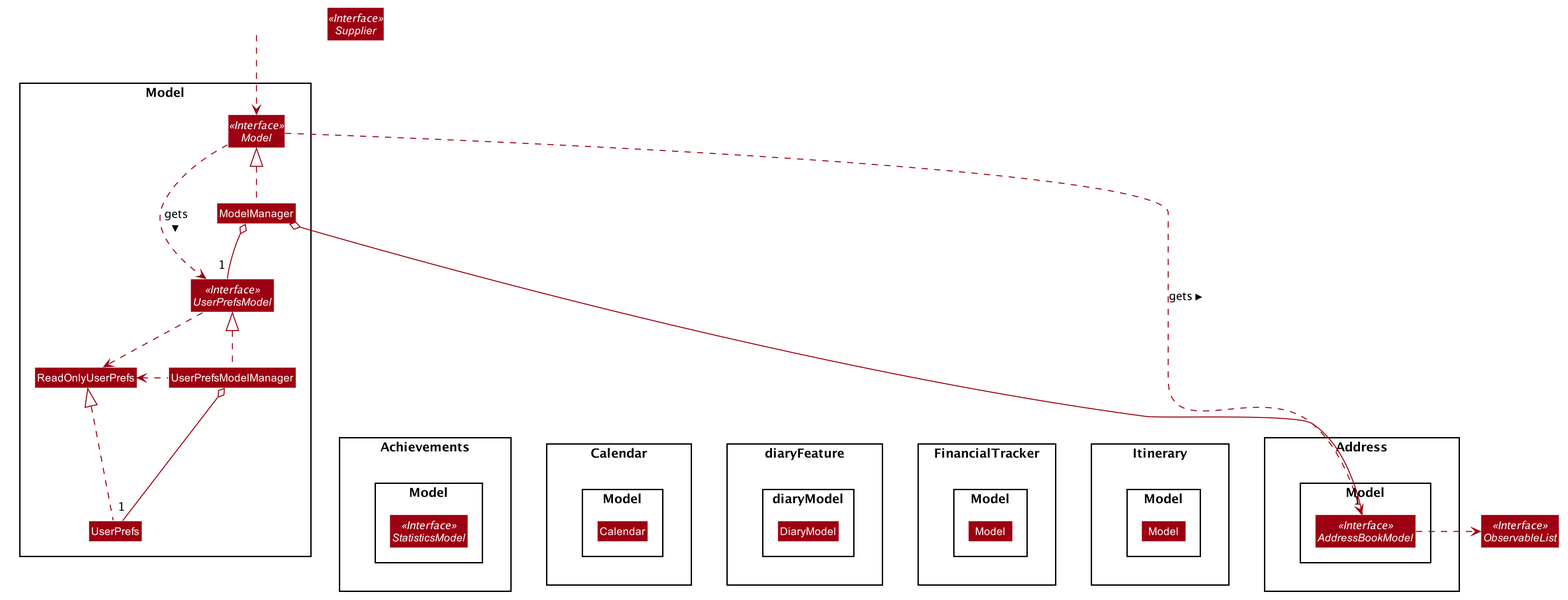
nus-cs2103-AY1920S1/addressbook-level3 keeps this PlantUML diagram as docs/images/BetterModelClassDiagram.png. Above is the earlier version.
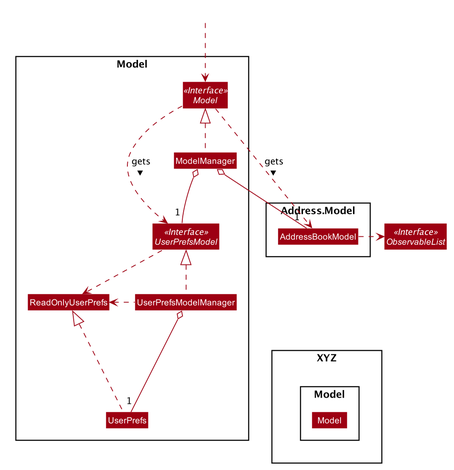
The same diagram one commit later.

Change to the diagram source:
```diff
@@ -63,49 +63,15 @@
 Class UserPrefs
 }
 
-namespace Achievements {
+namespace XYZ {
 namespace Model {
-Interface StatisticsModel <<Interface>>
-}
-}
-
-namespace Address {
-namespace Model {
-Interface AddressBookModel <<Interface>>
-}
-}
-
-namespace Calendar {
-namespace Model {
-Class Calendar
-}
-}
-
-namespace diaryFeature {
-namespace diaryModel {
-Class DiaryModel
-}
-}
-
-namespace FinancialTracker {
-namespace Model {
-class Model
-}
-}
-
-namespace Itinerary {
-namespace Model {
-class Model
+Class Model
 }
 }
 
 HiddenOutside ..> Model.Model
 
 Interface ObservableList <<Interface>>
-Interface Supplier <<Interface>>
-Model.UserPrefsModelManager .[hidden]down.|> Achievements
-Model.UserPrefsModelManager .[hidden]down.|> Address
-
 
 
 
@@ -127,12 +93,6 @@
 
 Address.Model.AddressBookModel .right.> ObservableList
 
-
 Model.ModelManager -[hidden]down-> Model.UserPrefsModel
-Model.UserPrefsModelManager -[hidden]down->Address
-Model.UserPrefsModelManager -[hidden]down->Achievements
-Model.UserPrefsModelManager -[hidden]down->Calendar
-Model.UserPrefsModelManager -[hidden]down->diaryFeature
-Model.UserPrefsModelManager -[hidden]down->FinancialTracker
-Model.UserPrefsModelManager -[hidden]down->Itinerary
+Model.UserPrefsModelManager -[hidden]down->XYZ
 @enduml
```
